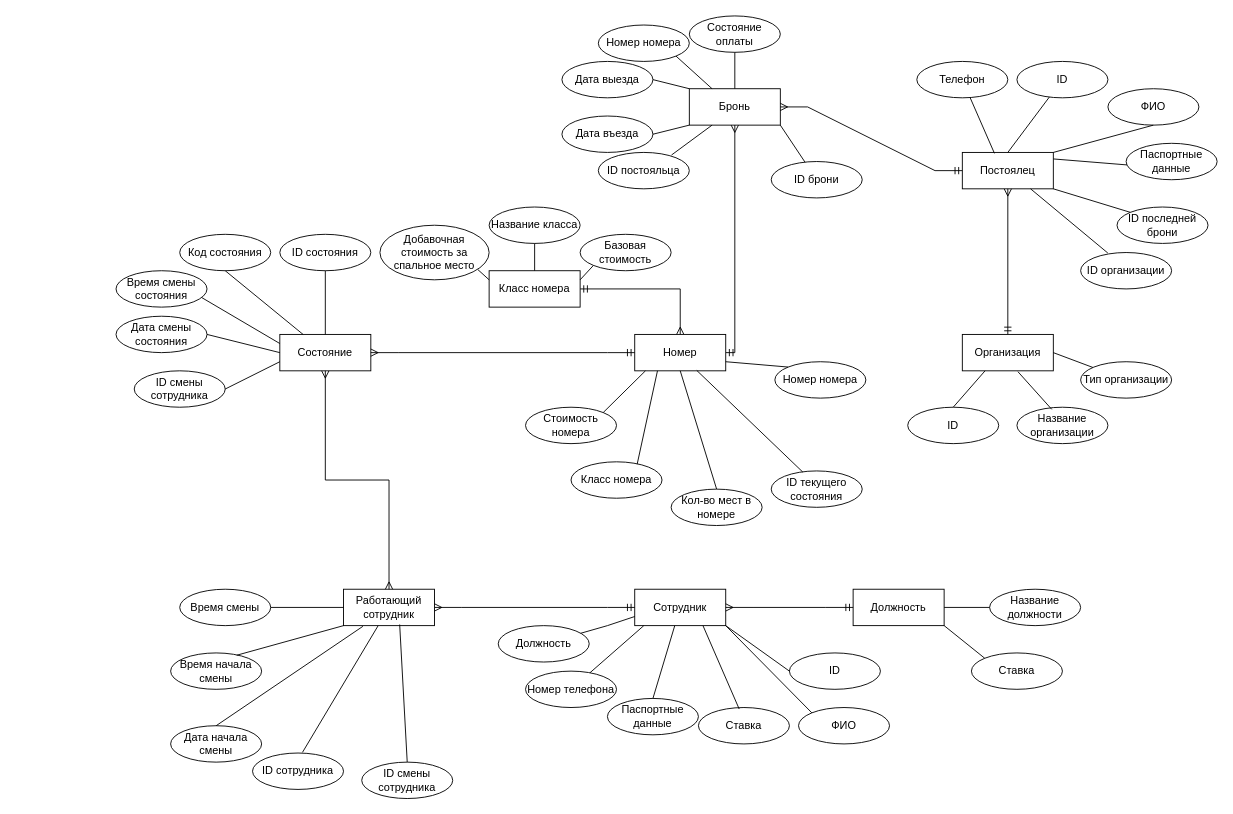
Earlier version of the draw.io diagram page "ER-диаграмма" (2 of 2) of Kostylev_Hostel.drawio (Haxersociety/DataBase_Hostel). Source tidied: cells renumbered, new cells numbered last; positions are measured from the earlier drawing's top-left corner, leaving out a move shared by most shapes. Both pictures are drawn from the tidied source at 91%, with x=0, y=0 at pixel (116, 15).
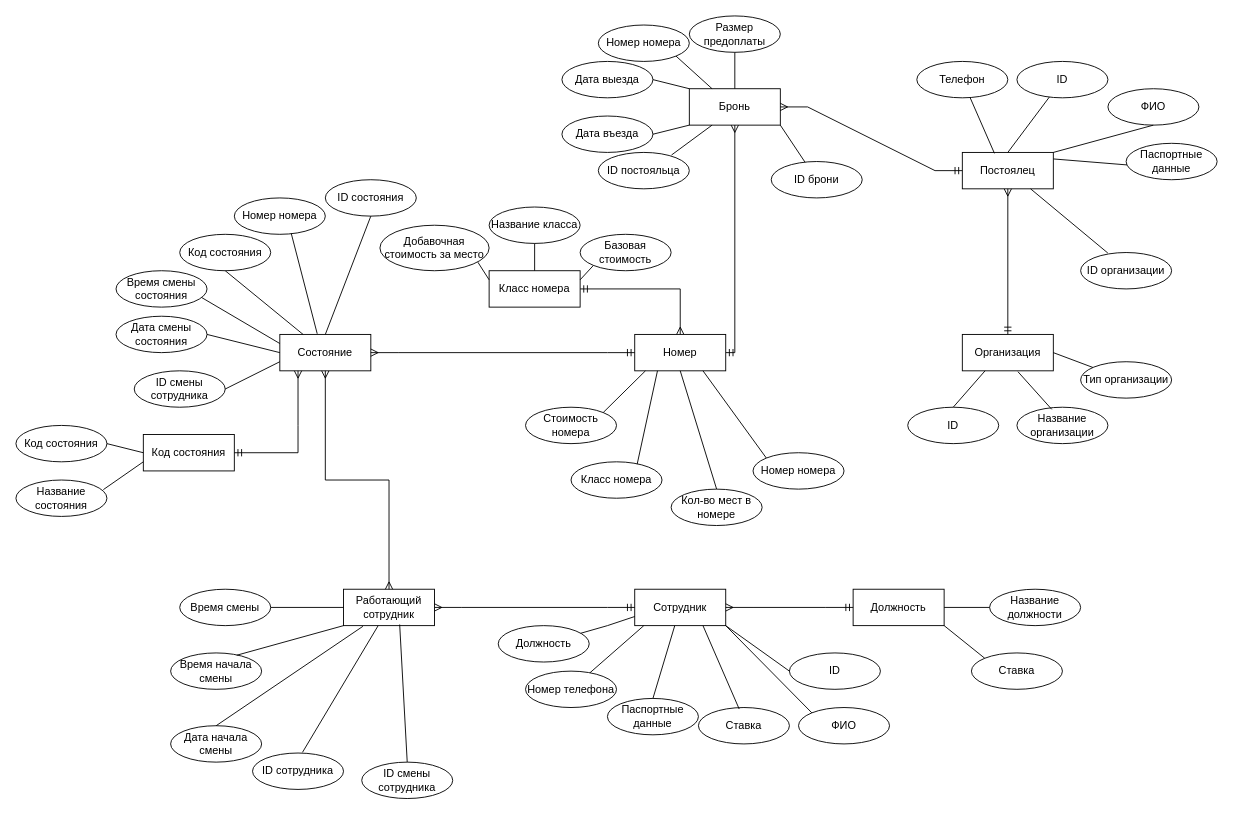
Above is the later version.

The change refers to these unchanged cells:
```xml
<mxCell id="2" value="Постоялец" style="whiteSpace=wrap;html=1;align=center;" parent="1" vertex="1">
  <mxGeometry x="930" y="150" width="100" height="40" as="geometry" />
</mxCell>
<mxCell id="8" value="Номер" style="whiteSpace=wrap;html=1;align=center;" parent="1" vertex="1">
  <mxGeometry x="570" y="350" width="100" height="40" as="geometry" />
</mxCell>
<mxCell id="71" value="Состояние" style="whiteSpace=wrap;html=1;align=center;" parent="1" vertex="1">
  <mxGeometry x="180" y="350" width="100" height="40" as="geometry" />
</mxCell>
```

The edit, as a diff of the source:
```diff
@@
-    <mxCell id="10" value="Состояние оплаты" style="ellipse;whiteSpace=wrap;html=1;align=center;" parent="1" vertex="1">
+    <mxCell id="10" value="Размер предоплаты" style="ellipse;whiteSpace=wrap;html=1;align=center;" parent="1" vertex="1">
       <mxGeometry x="630" width="100" height="40" as="geometry" />
     </mxCell>
@@
-    <mxCell id="26" value="ID последней брони" style="ellipse;whiteSpace=wrap;html=1;align=center;" parent="1" vertex="1">
-      <mxGeometry x="1100" y="210" width="100" height="40" as="geometry" />
-    </mxCell>
@@
-    <mxCell id="30" style="endArrow=none;html=1;rounded=0;entryX=0;entryY=0;entryDx=0;entryDy=0;exitX=1;exitY=1;exitDx=0;exitDy=0;" parent="1" edge="1" source="2" target="26">
-      <mxGeometry relative="1" as="geometry" />
-    </mxCell>
@@
-    <mxCell id="36" value="ID текущего состояния" style="ellipse;whiteSpace=wrap;html=1;align=center;strokeColor=default;" parent="1" vertex="1">
-      <mxGeometry x="720" y="500" width="100" height="40" as="geometry" />
-    </mxCell>
     <mxCell id="37" value="Номер номера" style="ellipse;whiteSpace=wrap;html=1;align=center;strokeColor=default;" parent="1" vertex="1">
-      <mxGeometry x="724" y="380" width="100" height="40" as="geometry" />
+      <mxGeometry x="700" y="480" width="100" height="40" as="geometry" />
     </mxCell>
-    <mxCell id="38" style="endArrow=none;html=1;rounded=0;exitX=0;exitY=0;exitDx=0;exitDy=0;entryX=1;entryY=0.75;entryDx=0;entryDy=0;" parent="1" edge="1" source="37" target="8">
+    <mxCell id="38" style="endArrow=none;html=1;rounded=0;exitX=0;exitY=0;exitDx=0;exitDy=0;entryX=0.75;entryY=1;entryDx=0;entryDy=0;" parent="1" edge="1" source="37" target="8">
       <mxGeometry relative="1" as="geometry" />
     </mxCell>
@@
-    <mxCell id="41" style="endArrow=none;html=1;rounded=0;exitX=0.347;exitY=0.032;exitDx=0;exitDy=0;exitPerimeter=0;entryX=0.682;entryY=0.99;entryDx=0;entryDy=0;entryPerimeter=0;" parent="1" edge="1" source="36" target="8">
-      <mxGeometry relative="1" as="geometry" />
-    </mxCell>
@@
     <mxCell id="72" value="ID состояния" style="ellipse;whiteSpace=wrap;html=1;align=center;" parent="1" vertex="1">
-      <mxGeometry x="180" y="240" width="100" height="40" as="geometry" />
+      <mxGeometry x="230" y="180" width="100" height="40" as="geometry" />
     </mxCell>
@@
-    <mxCell id="95" value="Добавочная стоимость за спальное место" style="ellipse;whiteSpace=wrap;html=1;align=center;" parent="1" vertex="1">
-      <mxGeometry x="290" y="230" width="120" height="60" as="geometry" />
+    <mxCell id="95" value="Добавочная стоимость за место" style="ellipse;whiteSpace=wrap;html=1;align=center;" parent="1" vertex="1">
+      <mxGeometry x="290" y="230" width="120" height="50" as="geometry" />
     </mxCell>
@@
+    <mxCell id="101" value="Код состояния" style="whiteSpace=wrap;html=1;align=center;" parent="1" vertex="1">
+      <mxGeometry x="30" y="460" width="100" height="40" as="geometry" />
+    </mxCell>
+    <mxCell id="102" value="Название состояния" style="ellipse;whiteSpace=wrap;html=1;align=center;" parent="1" vertex="1">
+      <mxGeometry x="-110" y="510" width="100" height="40" as="geometry" />
+    </mxCell>
+    <mxCell id="103" value="Код состояния" style="ellipse;whiteSpace=wrap;html=1;align=center;" parent="1" vertex="1">
+      <mxGeometry x="-110" y="450" width="100" height="40" as="geometry" />
+    </mxCell>
+    <mxCell id="104" style="endArrow=none;html=1;rounded=0;entryX=0;entryY=0.5;entryDx=0;entryDy=0;exitX=1;exitY=0.5;exitDx=0;exitDy=0;" parent="1" edge="1" source="103" target="101">
+      <mxGeometry relative="1" as="geometry" />
+    </mxCell>
+    <mxCell id="105" style="endArrow=none;html=1;rounded=0;entryX=0;entryY=0.75;entryDx=0;entryDy=0;exitX=0.961;exitY=0.263;exitDx=0;exitDy=0;exitPerimeter=0;" parent="1" edge="1" source="102" target="101">
+      <mxGeometry relative="1" as="geometry" />
+    </mxCell>
+    <mxCell id="106" style="endArrow=ERmany;html=1;rounded=0;exitX=1;exitY=0.5;exitDx=0;exitDy=0;startArrow=ERmandOne;startFill=0;endFill=0;" parent="1" edge="1" source="101">
+      <mxGeometry relative="1" as="geometry">
+        <mxPoint x="200" y="390" as="targetPoint" />
+        <Array as="points">
+          <mxPoint x="200" y="480" />
+          <mxPoint x="200" y="450" />
+        </Array>
+      </mxGeometry>
+    </mxCell>
+    <mxCell id="107" value="Номер номера" style="ellipse;whiteSpace=wrap;html=1;align=center;" parent="1" vertex="1">
+      <mxGeometry x="130" y="200" width="100" height="40" as="geometry" />
+    </mxCell>
+    <mxCell id="108" style="endArrow=none;html=1;rounded=0;exitX=0.625;exitY=0.97;exitDx=0;exitDy=0;entryX=0.411;entryY=-0.018;entryDx=0;entryDy=0;entryPerimeter=0;exitPerimeter=0;" parent="1" edge="1" source="107" target="71">
+      <mxGeometry relative="1" as="geometry" />
+    </mxCell>
```
